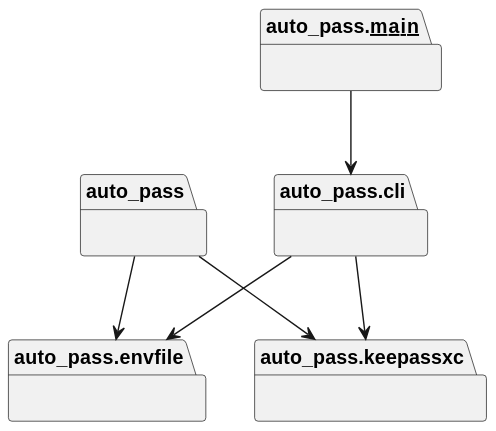
Earlier version of the PlantUML export docs/diagrams/python-packages.puml.svg (casonk/auto-pass).
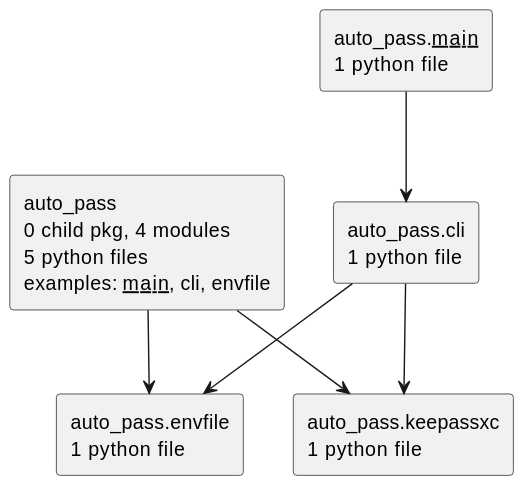
Above is the later version.

Commit message:
docs: refresh python sidecar diagrams

What changed in the source:
```diff
@@ -1,15 +1,12 @@
 @startuml
 set namespaceSeparator none
-package "auto_pass" as auto_pass {
-}
-package "auto_pass.__main__" as auto_pass.__main__ {
-}
-package "auto_pass.cli" as auto_pass.cli {
-}
-package "auto_pass.envfile" as auto_pass.envfile {
-}
-package "auto_pass.keepassxc" as auto_pass.keepassxc {
-}
+top to bottom direction
+skinparam componentStyle rectangle
+rectangle "auto_pass\n0 child pkg, 4 modules\n5 python files\nexamples: __main__, cli, envfile" as auto_pass
+rectangle "auto_pass.__main__\n1 python file" as auto_pass.__main__
+rectangle "auto_pass.cli\n1 python file" as auto_pass.cli
+rectangle "auto_pass.envfile\n1 python file" as auto_pass.envfile
+rectangle "auto_pass.keepassxc\n1 python file" as auto_pass.keepassxc
 auto_pass --> auto_pass.envfile
 auto_pass --> auto_pass.keepassxc
 auto_pass.__main__ --> auto_pass.cli
```
